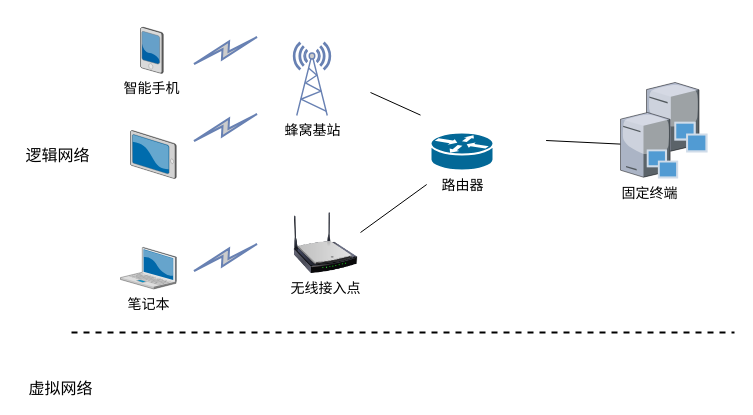
Icarus1994/neutron_conf keeps this draw.io diagram as 移动互联网场景图.drawio. Above is the earlier version. Source tidied: cells renumbered, new cells numbered last; positions are measured from the earlier drawing's top-left corner, leaving out a move shared by most shapes. Both pictures are drawn from the tidied source at 100%, with x=0, y=0 at pixel (17, 27).
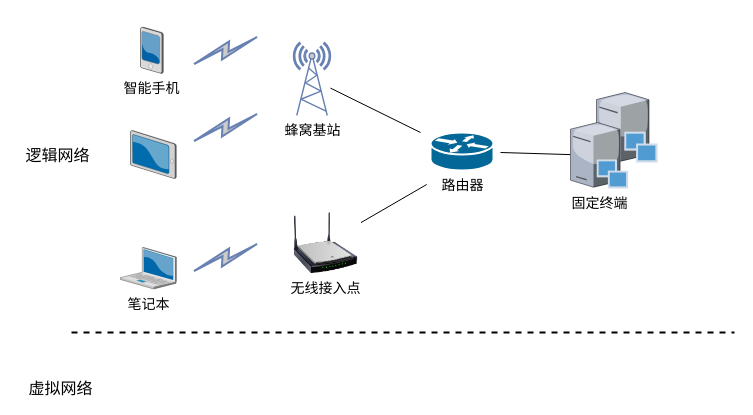
The same page after the edit.

Commit message (it also covers changes not shown here):
Update 移动互联网场景图.drawio

The change refers to these unchanged cells:
```xml
<mxCell id="3" value="&lt;font style=&quot;font-size: 14px&quot; color=&quot;#000000&quot;&gt;蜂窝基站&lt;/font&gt;" style="fontColor=#0066CC;verticalAlign=top;verticalLabelPosition=bottom;labelPosition=center;align=center;html=1;outlineConnect=0;fillColor=#CCCCCC;strokeColor=#6881B3;gradientColor=none;gradientDirection=north;strokeWidth=2;shape=mxgraph.networks.radio_tower;" parent="1" vertex="1">
  <mxGeometry x="276" y="15" width="37" height="73" as="geometry" />
</mxCell>
<mxCell id="14" value="&lt;font style=&quot;font-size: 14px&quot;&gt;无线接入点&lt;/font&gt;" style="image;html=1;labelBackgroundColor=#ffffff;image=img/lib/clip_art/networking/Wireless_Router_N_128x128.png;" parent="1" vertex="1">
  <mxGeometry x="273" y="185" width="70.5" height="61" as="geometry" />
</mxCell>
```

The edit, as a diff of the source:
```diff
@@
-    <mxCell id="2" style="edgeStyle=none;rounded=0;orthogonalLoop=1;jettySize=auto;html=1;endArrow=none;endFill=0;" parent="1" edge="1">
+    <mxCell id="2" style="edgeStyle=none;rounded=0;jettySize=auto;html=1;endArrow=none;endFill=0;" parent="1" edge="1" source="14">
       <mxGeometry relative="1" as="geometry">
-        <mxPoint x="343" y="205" as="sourcePoint" />
         <mxPoint x="409.2" y="157" as="targetPoint" />
       </mxGeometry>
     </mxCell>
@@
     <mxCell id="4" style="verticalLabelPosition=bottom;html=1;verticalAlign=top;strokeColor=none;align=center;shape=mxgraph.citrix.provisioning_server;" parent="1" vertex="1">
-      <mxGeometry x="629" y="55" width="61.1" height="70" as="geometry" />
+      <mxGeometry x="579" y="65" width="61.1" height="70" as="geometry" />
     </mxCell>
@@
-    <mxCell id="8" style="edgeStyle=none;rounded=0;orthogonalLoop=1;jettySize=auto;html=1;endArrow=none;endFill=0;" parent="1" edge="1">
+    <mxCell id="8" style="edgeStyle=none;rounded=0;jettySize=auto;html=1;endArrow=none;endFill=0;" parent="1" edge="1" target="3">
       <mxGeometry relative="1" as="geometry">
-        <mxPoint x="403" y="87.6" as="sourcePoint" />
-        <mxPoint x="353" y="65" as="targetPoint" />
+        <mxPoint x="403" y="105" as="sourcePoint" />
       </mxGeometry>
     </mxCell>
     <mxCell id="9" style="edgeStyle=none;rounded=0;jettySize=auto;html=1;endArrow=none;endFill=0;" parent="1" edge="1" target="10">
       <mxGeometry relative="1" as="geometry">
-        <mxPoint x="528.6" y="113" as="sourcePoint" />
+        <mxPoint x="483" y="125" as="sourcePoint" />
       </mxGeometry>
     </mxCell>
     <mxCell id="10" value="&lt;font style=&quot;font-size: 14px&quot;&gt;固定终端&lt;/font&gt;" style="verticalLabelPosition=bottom;html=1;verticalAlign=top;strokeColor=none;align=center;outlineConnect=0;shape=mxgraph.citrix.provisioning_server;" parent="1" vertex="1">
-      <mxGeometry x="603" y="85" width="57.7" height="66" as="geometry" />
+      <mxGeometry x="553" y="95" width="57.7" height="66" as="geometry" />
     </mxCell>
```
